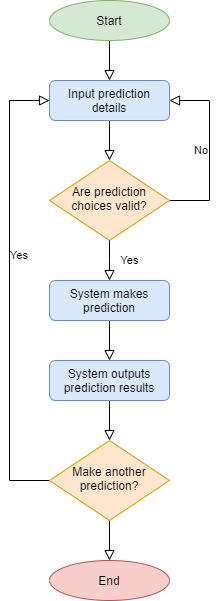
Before: system flow diagram.png, a diagram exported from draw.io (JudeDillon/OWLPredict). Source tidied: cells renumbered, new cells last; positions are measured from the earlier drawing's top-left corner, leaving out a move shared by most shapes. Its diagram source:
```xml
<mxGraphModel>
  <root>
    <mxCell id="0" />
    <mxCell id="1" parent="0" />
    <mxCell id="2" style="rounded=0;html=1;jettySize=auto;fontSize=11;endArrow=block;endFill=0;endSize=8;strokeWidth=1;shadow=0;labelBackgroundColor=none;edgeStyle=orthogonalEdgeStyle;entryX=0.5;entryY=0;entryDx=0;entryDy=0;" parent="1" edge="1" target="4">
      <mxGeometry relative="1" as="geometry">
        <mxPoint x="100" y="40" as="sourcePoint" />
      </mxGeometry>
    </mxCell>
    <mxCell id="3" style="edgeStyle=orthogonalEdgeStyle;rounded=0;jettySize=auto;html=1;exitX=0.5;exitY=1;exitDx=0;exitDy=0;entryX=0.5;entryY=0;entryDx=0;entryDy=0;endArrow=block;endFill=0;endSize=8;" parent="1" edge="1" source="4" target="6">
      <mxGeometry relative="1" as="geometry" />
    </mxCell>
    <mxCell id="4" value="Input prediction details" style="rounded=1;whiteSpace=wrap;html=1;fontSize=12;glass=0;strokeWidth=1;shadow=0;fillColor=#dae8fc;strokeColor=#6c8ebf;" parent="1" vertex="1">
      <mxGeometry x="40" y="80" width="120" height="40" as="geometry" />
    </mxCell>
    <mxCell id="5" value="No" style="edgeStyle=orthogonalEdgeStyle;rounded=0;jettySize=auto;html=1;exitX=1;exitY=0.5;exitDx=0;exitDy=0;endArrow=block;endFill=0;endSize=8;strokeWidth=1;entryX=1;entryY=0.5;entryDx=0;entryDy=0;labelPosition=left;verticalLabelPosition=middle;align=right;verticalAlign=middle;" parent="1" edge="1" source="6" target="4">
      <mxGeometry relative="1" as="geometry">
        <Array as="points">
          <mxPoint x="200" y="200" />
          <mxPoint x="200" y="100" />
        </Array>
      </mxGeometry>
    </mxCell>
    <mxCell id="6" value="Are prediction choices valid?" style="rhombus;whiteSpace=wrap;html=1;shadow=0;fontFamily=Helvetica;fontSize=12;align=center;strokeWidth=1;spacing=6;spacingTop=-4;fillColor=#ffe6cc;strokeColor=#d79b00;" parent="1" vertex="1">
      <mxGeometry x="40" y="160" width="120" height="80" as="geometry" />
    </mxCell>
    <mxCell id="7" value="Yes" style="rounded=0;html=1;jettySize=auto;fontSize=11;endArrow=block;endFill=0;endSize=8;strokeWidth=1;shadow=0;labelBackgroundColor=none;edgeStyle=orthogonalEdgeStyle;exitX=0.5;exitY=1;exitDx=0;exitDy=0;" parent="1" edge="1" source="6">
      <mxGeometry y="20" relative="1" as="geometry">
        <mxPoint x="100" y="280" as="targetPoint" />
        <Array as="points">
          <mxPoint x="100" y="260" />
          <mxPoint x="100" y="260" />
        </Array>
      </mxGeometry>
    </mxCell>
    <mxCell id="8" style="edgeStyle=orthogonalEdgeStyle;rounded=0;jettySize=auto;html=1;exitX=0.5;exitY=1;exitDx=0;exitDy=0;entryX=0.5;entryY=0;entryDx=0;entryDy=0;endArrow=block;endFill=0;endSize=8;strokeWidth=1;align=right;" parent="1" edge="1" source="9" target="11">
      <mxGeometry relative="1" as="geometry" />
    </mxCell>
    <mxCell id="9" value="System makes prediction" style="rounded=1;whiteSpace=wrap;html=1;fontSize=12;glass=0;strokeWidth=1;shadow=0;fillColor=#dae8fc;strokeColor=#6c8ebf;" parent="1" vertex="1">
      <mxGeometry x="40" y="280" width="120" height="40" as="geometry" />
    </mxCell>
    <mxCell id="10" style="edgeStyle=orthogonalEdgeStyle;rounded=0;jettySize=auto;html=1;exitX=0.5;exitY=1;exitDx=0;exitDy=0;entryX=0.5;entryY=0;entryDx=0;entryDy=0;endArrow=block;endFill=0;endSize=8;strokeWidth=1;align=right;" parent="1" edge="1" source="11" target="15">
      <mxGeometry relative="1" as="geometry" />
    </mxCell>
    <mxCell id="11" value="System outputs prediction results" style="rounded=1;whiteSpace=wrap;html=1;fontSize=12;glass=0;strokeWidth=1;shadow=0;fillColor=#dae8fc;strokeColor=#6c8ebf;" parent="1" vertex="1">
      <mxGeometry x="40" y="360" width="120" height="40" as="geometry" />
    </mxCell>
    <mxCell id="12" style="edgeStyle=orthogonalEdgeStyle;rounded=0;jettySize=auto;html=1;exitX=0;exitY=0.5;exitDx=0;exitDy=0;entryX=0;entryY=0.5;entryDx=0;entryDy=0;endArrow=block;endFill=0;endSize=8;strokeWidth=1;align=center;labelPosition=center;verticalLabelPosition=middle;verticalAlign=middle;" parent="1" edge="1" source="15" target="4">
      <mxGeometry relative="1" as="geometry">
        <Array as="points">
          <mxPoint y="480" />
          <mxPoint y="100" />
        </Array>
      </mxGeometry>
    </mxCell>
    <mxCell id="13" value="Yes" style="edgeLabel;html=1;align=left;verticalAlign=middle;labelPosition=right;verticalLabelPosition=middle;" parent="12" vertex="1">
      <mxGeometry x="0.16" y="1" relative="1" as="geometry" />
    </mxCell>
    <mxCell id="14" style="edgeStyle=orthogonalEdgeStyle;rounded=0;jettySize=auto;html=1;exitX=0.5;exitY=1;exitDx=0;exitDy=0;entryX=0.5;entryY=0;entryDx=0;entryDy=0;endArrow=block;endFill=0;endSize=8;strokeWidth=1;align=right;" parent="1" edge="1" source="15" target="16">
      <mxGeometry relative="1" as="geometry" />
    </mxCell>
    <mxCell id="15" value="Make another prediction?" style="rhombus;whiteSpace=wrap;html=1;shadow=0;fontFamily=Helvetica;fontSize=12;align=center;strokeWidth=1;spacing=6;spacingTop=-4;fillColor=#ffe6cc;strokeColor=#d79b00;" parent="1" vertex="1">
      <mxGeometry x="40" y="440" width="120" height="80" as="geometry" />
    </mxCell>
    <mxCell id="16" value="End" style="ellipse;whiteSpace=wrap;html=1;fillColor=#f8cecc;strokeColor=#b85450;" parent="1" vertex="1">
      <mxGeometry x="40" y="560" width="120" height="40" as="geometry" />
    </mxCell>
    <mxCell id="17" value="Start" style="ellipse;whiteSpace=wrap;html=1;fillColor=#d5e8d4;strokeColor=#82b366;" parent="1" vertex="1">
      <mxGeometry x="40" width="120" height="40" as="geometry" />
    </mxCell>
  </root>
</mxGraphModel>
```
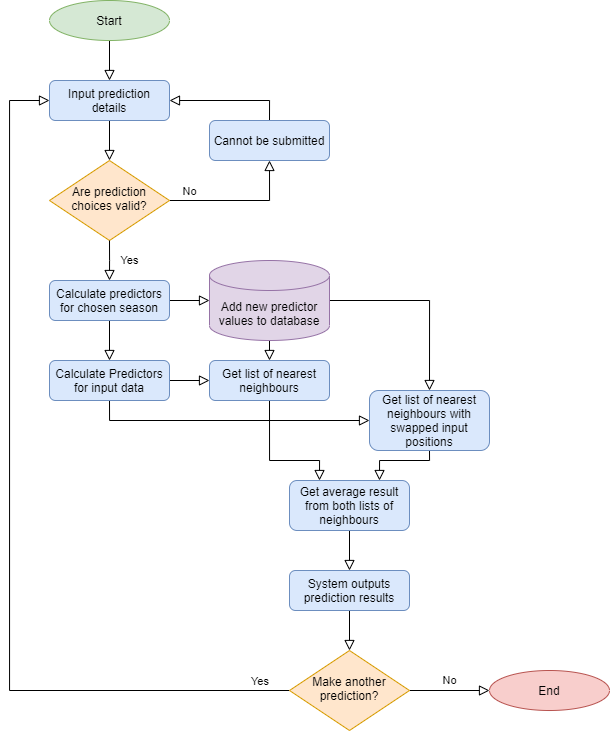
The same diagram one commit later.

Commit message:
wireframes and a bunch of stuff done

Diff of the diagram source:
```diff
@@ -13,11 +13,10 @@
     <mxCell id="4" value="Input prediction details" style="rounded=1;whiteSpace=wrap;html=1;fontSize=12;glass=0;strokeWidth=1;shadow=0;fillColor=#dae8fc;strokeColor=#6c8ebf;" parent="1" vertex="1">
       <mxGeometry x="40" y="80" width="120" height="40" as="geometry" />
     </mxCell>
-    <mxCell id="5" value="No" style="edgeStyle=orthogonalEdgeStyle;rounded=0;jettySize=auto;html=1;exitX=1;exitY=0.5;exitDx=0;exitDy=0;endArrow=block;endFill=0;endSize=8;strokeWidth=1;entryX=1;entryY=0.5;entryDx=0;entryDy=0;labelPosition=left;verticalLabelPosition=middle;align=right;verticalAlign=middle;" parent="1" edge="1" source="6" target="4">
-      <mxGeometry relative="1" as="geometry">
+    <mxCell id="5" value="No" style="edgeStyle=orthogonalEdgeStyle;rounded=0;jettySize=auto;html=1;exitX=1;exitY=0.5;exitDx=0;exitDy=0;endArrow=block;endFill=0;endSize=8;strokeWidth=1;labelPosition=center;verticalLabelPosition=top;align=center;verticalAlign=bottom;entryX=0.5;entryY=1;entryDx=0;entryDy=0;" parent="1" edge="1" source="6" target="21">
+      <mxGeometry x="-0.71" relative="1" as="geometry">
         <Array as="points">
-          <mxPoint x="200" y="200" />
-          <mxPoint x="200" y="100" />
+          <mxPoint x="260" y="200" />
         </Array>
       </mxGeometry>
     </mxCell>
@@ -33,40 +32,97 @@
         </Array>
       </mxGeometry>
     </mxCell>
-    <mxCell id="8" style="edgeStyle=orthogonalEdgeStyle;rounded=0;jettySize=auto;html=1;exitX=0.5;exitY=1;exitDx=0;exitDy=0;entryX=0.5;entryY=0;entryDx=0;entryDy=0;endArrow=block;endFill=0;endSize=8;strokeWidth=1;align=right;" parent="1" edge="1" source="9" target="11">
-      <mxGeometry relative="1" as="geometry" />
-    </mxCell>
+    <mxCell id="18" style="edgeStyle=orthogonalEdgeStyle;rounded=0;jettySize=auto;html=1;entryX=0;entryY=0.5;entryDx=0;entryDy=0;entryPerimeter=0;startArrow=none;startFill=0;endArrow=block;endFill=0;endSize=8;" parent="1" edge="1" source="9" target="24">
+      <mxGeometry relative="1" as="geometry" />
+    </mxCell>
+    <mxCell id="19" style="edgeStyle=orthogonalEdgeStyle;rounded=0;jettySize=auto;html=1;entryX=0.5;entryY=0;entryDx=0;entryDy=0;startArrow=none;startFill=0;endArrow=block;endFill=0;endSize=8;" parent="1" edge="1" source="9" target="27">
+      <mxGeometry relative="1" as="geometry" />
+    </mxCell>
-    <mxCell id="9" value="System makes prediction" style="rounded=1;whiteSpace=wrap;html=1;fontSize=12;glass=0;strokeWidth=1;shadow=0;fillColor=#dae8fc;strokeColor=#6c8ebf;" parent="1" vertex="1">
+    <mxCell id="9" value="Calculate predictors for chosen season" style="rounded=1;whiteSpace=wrap;html=1;fontSize=12;glass=0;strokeWidth=1;shadow=0;fillColor=#dae8fc;strokeColor=#6c8ebf;" parent="1" vertex="1">
       <mxGeometry x="40" y="280" width="120" height="40" as="geometry" />
     </mxCell>
     <mxCell id="10" style="edgeStyle=orthogonalEdgeStyle;rounded=0;jettySize=auto;html=1;exitX=0.5;exitY=1;exitDx=0;exitDy=0;entryX=0.5;entryY=0;entryDx=0;entryDy=0;endArrow=block;endFill=0;endSize=8;strokeWidth=1;align=right;" parent="1" edge="1" source="11" target="15">
       <mxGeometry relative="1" as="geometry" />
     </mxCell>
     <mxCell id="11" value="System outputs prediction results" style="rounded=1;whiteSpace=wrap;html=1;fontSize=12;glass=0;strokeWidth=1;shadow=0;fillColor=#dae8fc;strokeColor=#6c8ebf;" parent="1" vertex="1">
-      <mxGeometry x="40" y="360" width="120" height="40" as="geometry" />
+      <mxGeometry x="280" y="570" width="120" height="40" as="geometry" />
     </mxCell>
     <mxCell id="12" style="edgeStyle=orthogonalEdgeStyle;rounded=0;jettySize=auto;html=1;exitX=0;exitY=0.5;exitDx=0;exitDy=0;entryX=0;entryY=0.5;entryDx=0;entryDy=0;endArrow=block;endFill=0;endSize=8;strokeWidth=1;align=center;labelPosition=center;verticalLabelPosition=middle;verticalAlign=middle;" parent="1" edge="1" source="15" target="4">
       <mxGeometry relative="1" as="geometry">
         <Array as="points">
-          <mxPoint y="480" />
+          <mxPoint y="690" />
           <mxPoint y="100" />
         </Array>
       </mxGeometry>
     </mxCell>
     <mxCell id="13" value="Yes" style="edgeLabel;html=1;align=left;verticalAlign=middle;labelPosition=right;verticalLabelPosition=middle;" parent="12" vertex="1">
-      <mxGeometry x="0.16" y="1" relative="1" as="geometry" />
+      <mxGeometry x="0.16" y="1" relative="1" as="geometry">
+        <mxPoint x="241" y="236" as="offset" />
+      </mxGeometry>
     </mxCell>
-    <mxCell id="14" style="edgeStyle=orthogonalEdgeStyle;rounded=0;jettySize=auto;html=1;exitX=0.5;exitY=1;exitDx=0;exitDy=0;entryX=0.5;entryY=0;entryDx=0;entryDy=0;endArrow=block;endFill=0;endSize=8;strokeWidth=1;align=right;" parent="1" edge="1" source="15" target="16">
-      <mxGeometry relative="1" as="geometry" />
+    <mxCell id="14" value="No" style="edgeStyle=orthogonalEdgeStyle;rounded=0;jettySize=auto;html=1;entryX=0;entryY=0.5;entryDx=0;entryDy=0;startArrow=none;startFill=0;endArrow=block;endFill=0;endSize=8;" parent="1" edge="1" source="15" target="16">
+      <mxGeometry y="10" relative="1" as="geometry" />
     </mxCell>
     <mxCell id="15" value="Make another prediction?" style="rhombus;whiteSpace=wrap;html=1;shadow=0;fontFamily=Helvetica;fontSize=12;align=center;strokeWidth=1;spacing=6;spacingTop=-4;fillColor=#ffe6cc;strokeColor=#d79b00;" parent="1" vertex="1">
-      <mxGeometry x="40" y="440" width="120" height="80" as="geometry" />
+      <mxGeometry x="280" y="650" width="120" height="80" as="geometry" />
     </mxCell>
+    <mxCell id="17" value="Start" style="ellipse;whiteSpace=wrap;html=1;fillColor=#d5e8d4;strokeColor=#82b366;" parent="1" vertex="1">
+      <mxGeometry x="40" width="120" height="40" as="geometry" />
+    </mxCell>
+    <mxCell id="20" style="edgeStyle=orthogonalEdgeStyle;rounded=0;jettySize=auto;html=1;exitX=0.5;exitY=0;exitDx=0;exitDy=0;entryX=1;entryY=0.5;entryDx=0;entryDy=0;startArrow=none;startFill=0;endArrow=block;endFill=0;endSize=8;" parent="1" edge="1" source="21" target="4">
+      <mxGeometry relative="1" as="geometry" />
+    </mxCell>
+    <mxCell id="21" value="Cannot be submitted" style="rounded=1;whiteSpace=wrap;html=1;fontSize=12;glass=0;strokeWidth=1;shadow=0;fillColor=#dae8fc;strokeColor=#6c8ebf;" parent="1" vertex="1">
+      <mxGeometry x="200" y="120" width="120" height="40" as="geometry" />
+    </mxCell>
+    <mxCell id="22" style="edgeStyle=orthogonalEdgeStyle;rounded=0;jettySize=auto;html=1;exitX=0.5;exitY=1;exitDx=0;exitDy=0;exitPerimeter=0;entryX=0.5;entryY=0;entryDx=0;entryDy=0;startArrow=none;startFill=0;endArrow=block;endFill=0;endSize=8;" parent="1" edge="1" source="24" target="29">
+      <mxGeometry relative="1" as="geometry" />
+    </mxCell>
+    <mxCell id="23" style="edgeStyle=orthogonalEdgeStyle;rounded=0;jettySize=auto;html=1;entryX=0.5;entryY=0;entryDx=0;entryDy=0;startArrow=none;startFill=0;endArrow=block;endFill=0;endSize=8;" parent="1" edge="1" source="24" target="31">
+      <mxGeometry relative="1" as="geometry" />
+    </mxCell>
+    <mxCell id="24" value="Add new predictor values to database" style="shape=cylinder3;whiteSpace=wrap;html=1;boundedLbl=1;backgroundOutline=1;size=15;fillColor=#e1d5e7;strokeColor=#9673a6;" parent="1" vertex="1">
+      <mxGeometry x="200" y="260" width="120" height="80" as="geometry" />
+    </mxCell>
+    <mxCell id="25" style="edgeStyle=orthogonalEdgeStyle;rounded=0;jettySize=auto;html=1;entryX=0;entryY=0.5;entryDx=0;entryDy=0;startArrow=none;startFill=0;endArrow=block;endFill=0;endSize=8;" parent="1" edge="1" source="27" target="29">
+      <mxGeometry relative="1" as="geometry" />
+    </mxCell>
+    <mxCell id="26" style="edgeStyle=orthogonalEdgeStyle;rounded=0;jettySize=auto;html=1;exitX=0.5;exitY=1;exitDx=0;exitDy=0;entryX=0;entryY=0.5;entryDx=0;entryDy=0;startArrow=none;startFill=0;endArrow=block;endFill=0;endSize=8;" parent="1" edge="1" source="27" target="31">
+      <mxGeometry relative="1" as="geometry" />
+    </mxCell>
+    <mxCell id="27" value="Calculate Predictors for input data" style="rounded=1;whiteSpace=wrap;html=1;fontSize=12;glass=0;strokeWidth=1;shadow=0;fillColor=#dae8fc;strokeColor=#6c8ebf;" parent="1" vertex="1">
+      <mxGeometry x="40" y="360" width="120" height="40" as="geometry" />
+    </mxCell>
+    <mxCell id="28" style="edgeStyle=orthogonalEdgeStyle;rounded=0;jettySize=auto;html=1;exitX=0.5;exitY=1;exitDx=0;exitDy=0;entryX=0.25;entryY=0;entryDx=0;entryDy=0;startArrow=none;startFill=0;endArrow=block;endFill=0;endSize=8;" parent="1" edge="1" source="29" target="33">
+      <mxGeometry relative="1" as="geometry">
+        <Array as="points">
+          <mxPoint x="260" y="460" />
+          <mxPoint x="310" y="460" />
+        </Array>
+      </mxGeometry>
+    </mxCell>
+    <mxCell id="29" value="Get list of nearest neighbours" style="rounded=1;whiteSpace=wrap;html=1;fontSize=12;glass=0;strokeWidth=1;shadow=0;fillColor=#dae8fc;strokeColor=#6c8ebf;" parent="1" vertex="1">
+      <mxGeometry x="200" y="360" width="120" height="40" as="geometry" />
+    </mxCell>
+    <mxCell id="30" style="edgeStyle=orthogonalEdgeStyle;rounded=0;jettySize=auto;html=1;exitX=0.5;exitY=1;exitDx=0;exitDy=0;entryX=0.75;entryY=0;entryDx=0;entryDy=0;startArrow=none;startFill=0;endArrow=block;endFill=0;endSize=8;" parent="1" edge="1" source="31" target="33">
+      <mxGeometry relative="1" as="geometry">
+        <Array as="points">
+          <mxPoint x="420" y="460" />
+          <mxPoint x="370" y="460" />
+        </Array>
+      </mxGeometry>
+    </mxCell>
+    <mxCell id="31" value="Get list of nearest neighbours with swapped input positions" style="rounded=1;whiteSpace=wrap;html=1;fontSize=12;glass=0;strokeWidth=1;shadow=0;fillColor=#dae8fc;strokeColor=#6c8ebf;" parent="1" vertex="1">
+      <mxGeometry x="360" y="390" width="120" height="60" as="geometry" />
+    </mxCell>
+    <mxCell id="32" style="edgeStyle=orthogonalEdgeStyle;rounded=0;jettySize=auto;html=1;entryX=0.5;entryY=0;entryDx=0;entryDy=0;startArrow=none;startFill=0;endArrow=block;endFill=0;endSize=8;" parent="1" edge="1" source="33" target="11">
+      <mxGeometry relative="1" as="geometry" />
+    </mxCell>
+    <mxCell id="33" value="Get average result from both lists of neighbours" style="rounded=1;whiteSpace=wrap;html=1;fontSize=12;glass=0;strokeWidth=1;shadow=0;fillColor=#dae8fc;strokeColor=#6c8ebf;" parent="1" vertex="1">
+      <mxGeometry x="280" y="480" width="120" height="50" as="geometry" />
+    </mxCell>
     <mxCell id="16" value="End" style="ellipse;whiteSpace=wrap;html=1;fillColor=#f8cecc;strokeColor=#b85450;" parent="1" vertex="1">
-      <mxGeometry x="40" y="560" width="120" height="40" as="geometry" />
+      <mxGeometry x="480" y="670" width="120" height="40" as="geometry" />
     </mxCell>
-    <mxCell id="17" value="Start" style="ellipse;whiteSpace=wrap;html=1;fillColor=#d5e8d4;strokeColor=#82b366;" parent="1" vertex="1">
-      <mxGeometry x="40" width="120" height="40" as="geometry" />
-    </mxCell>
   </root>
 </mxGraphModel>
```
